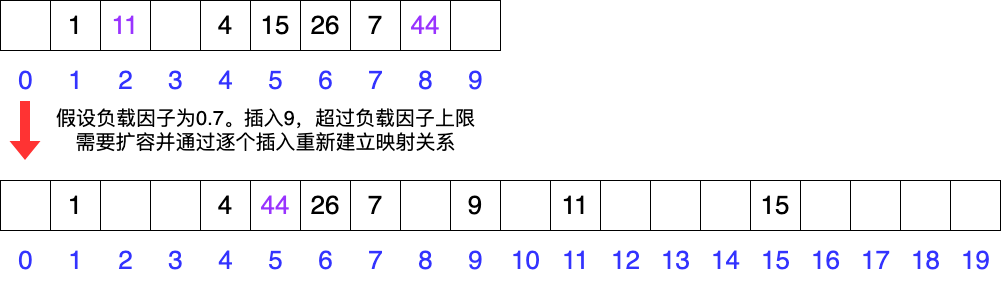
superwjfeng/MarkdownWriting keeps this draw.io diagram as CS/数据结构与算法/闭散列.drawio.png. Above is the earlier version. Source tidied: cells renumbered, new cells last; positions are measured from the earlier drawing's top-left corner, leaving out a move shared by most shapes.
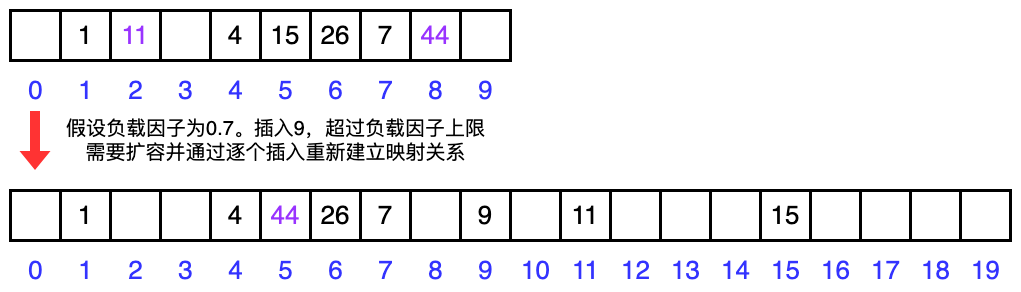
After the change.

Change to the diagram source:
```diff
@@ -2,10 +2,13 @@
   <root>
     <mxCell id="0" />
     <mxCell id="1" parent="0" />
+    <mxCell id="64" style="rounded=0;whiteSpace=wrap;html=1;strokeColor=none;" parent="1" vertex="1">
+      <mxGeometry x="-10" y="-10" width="1020" height="290" as="geometry" />
+    </mxCell>
-    <mxCell id="2" style="rounded=0;whiteSpace=wrap;html=1;" parent="1" vertex="1">
+    <mxCell id="2" style="rounded=0;whiteSpace=wrap;html=1;strokeWidth=3;" parent="1" vertex="1">
       <mxGeometry width="50" height="50" as="geometry" />
     </mxCell>
-    <mxCell id="3" value="&lt;font style=&quot;font-size: 26px;&quot;&gt;1&lt;/font&gt;" style="rounded=0;whiteSpace=wrap;html=1;" parent="1" vertex="1">
+    <mxCell id="3" value="&lt;font style=&quot;font-size: 26px;&quot;&gt;1&lt;/font&gt;" style="rounded=0;whiteSpace=wrap;html=1;strokeWidth=3;" parent="1" vertex="1">
       <mxGeometry x="50" width="50" height="50" as="geometry" />
     </mxCell>
     <mxCell id="4" value="&lt;font color=&quot;#3333ff&quot; style=&quot;font-size: 26px;&quot;&gt;1&lt;/font&gt;" style="text;html=1;align=center;verticalAlign=middle;strokeColor=none;fillColor=none;" parent="1" vertex="1">
@@ -14,10 +17,10 @@
     <mxCell id="5" value="&lt;font color=&quot;#3333ff&quot; style=&quot;font-size: 26px;&quot;&gt;0&lt;/font&gt;" style="text;html=1;align=center;verticalAlign=middle;strokeColor=none;fillColor=none;" parent="1" vertex="1">
       <mxGeometry x="5" y="60" width="40" height="40" as="geometry" />
     </mxCell>
-    <mxCell id="6" value="&lt;font color=&quot;#9933ff&quot; style=&quot;font-size: 26px;&quot;&gt;11&lt;/font&gt;" style="rounded=0;whiteSpace=wrap;html=1;" parent="1" vertex="1">
+    <mxCell id="6" value="&lt;font color=&quot;#9933ff&quot; style=&quot;font-size: 26px;&quot;&gt;11&lt;/font&gt;" style="rounded=0;whiteSpace=wrap;html=1;strokeWidth=3;" parent="1" vertex="1">
       <mxGeometry x="100" width="50" height="50" as="geometry" />
     </mxCell>
-    <mxCell id="7" style="rounded=0;whiteSpace=wrap;html=1;" parent="1" vertex="1">
+    <mxCell id="7" style="rounded=0;whiteSpace=wrap;html=1;strokeWidth=3;" parent="1" vertex="1">
       <mxGeometry x="150" width="50" height="50" as="geometry" />
     </mxCell>
     <mxCell id="8" value="&lt;font color=&quot;#3333ff&quot; style=&quot;font-size: 26px;&quot;&gt;3&lt;/font&gt;" style="text;html=1;align=center;verticalAlign=middle;strokeColor=none;fillColor=none;" parent="1" vertex="1">
@@ -26,10 +29,10 @@
     <mxCell id="9" value="&lt;font color=&quot;#3333ff&quot; style=&quot;font-size: 26px;&quot;&gt;2&lt;/font&gt;" style="text;html=1;align=center;verticalAlign=middle;strokeColor=none;fillColor=none;" parent="1" vertex="1">
       <mxGeometry x="105" y="60" width="40" height="40" as="geometry" />
     </mxCell>
-    <mxCell id="10" value="&lt;font style=&quot;font-size: 26px;&quot;&gt;4&lt;/font&gt;" style="rounded=0;whiteSpace=wrap;html=1;" parent="1" vertex="1">
+    <mxCell id="10" value="&lt;font style=&quot;font-size: 26px;&quot;&gt;4&lt;/font&gt;" style="rounded=0;whiteSpace=wrap;html=1;strokeWidth=3;" parent="1" vertex="1">
       <mxGeometry x="200" width="50" height="50" as="geometry" />
     </mxCell>
-    <mxCell id="11" value="&lt;font style=&quot;font-size: 26px;&quot;&gt;15&lt;/font&gt;" style="rounded=0;whiteSpace=wrap;html=1;" parent="1" vertex="1">
+    <mxCell id="11" value="&lt;font style=&quot;font-size: 26px;&quot;&gt;15&lt;/font&gt;" style="rounded=0;whiteSpace=wrap;html=1;strokeWidth=3;" parent="1" vertex="1">
       <mxGeometry x="250" width="50" height="50" as="geometry" />
     </mxCell>
     <mxCell id="12" value="&lt;font color=&quot;#3333ff&quot; style=&quot;font-size: 26px;&quot;&gt;5&lt;/font&gt;" style="text;html=1;align=center;verticalAlign=middle;strokeColor=none;fillColor=none;" parent="1" vertex="1">
@@ -38,10 +41,10 @@
     <mxCell id="13" value="&lt;font color=&quot;#3333ff&quot; style=&quot;font-size: 26px;&quot;&gt;4&lt;/font&gt;" style="text;html=1;align=center;verticalAlign=middle;strokeColor=none;fillColor=none;" parent="1" vertex="1">
       <mxGeometry x="205" y="60" width="40" height="40" as="geometry" />
     </mxCell>
-    <mxCell id="14" value="&lt;font style=&quot;font-size: 26px;&quot;&gt;26&lt;/font&gt;" style="rounded=0;whiteSpace=wrap;html=1;" parent="1" vertex="1">
+    <mxCell id="14" value="&lt;font style=&quot;font-size: 26px;&quot;&gt;26&lt;/font&gt;" style="rounded=0;whiteSpace=wrap;html=1;strokeWidth=3;" parent="1" vertex="1">
       <mxGeometry x="300" width="50" height="50" as="geometry" />
     </mxCell>
-    <mxCell id="15" value="&lt;font style=&quot;font-size: 26px;&quot;&gt;7&lt;/font&gt;" style="rounded=0;whiteSpace=wrap;html=1;" parent="1" vertex="1">
+    <mxCell id="15" value="&lt;font style=&quot;font-size: 26px;&quot;&gt;7&lt;/font&gt;" style="rounded=0;whiteSpace=wrap;html=1;strokeWidth=3;" parent="1" vertex="1">
       <mxGeometry x="350" width="50" height="50" as="geometry" />
     </mxCell>
     <mxCell id="16" value="&lt;font color=&quot;#3333ff&quot;&gt;&lt;span style=&quot;font-size: 26px;&quot;&gt;7&lt;/span&gt;&lt;/font&gt;" style="text;html=1;align=center;verticalAlign=middle;strokeColor=none;fillColor=none;" parent="1" vertex="1">
@@ -50,10 +53,10 @@
     <mxCell id="17" value="&lt;font color=&quot;#3333ff&quot; style=&quot;font-size: 26px;&quot;&gt;6&lt;/font&gt;" style="text;html=1;align=center;verticalAlign=middle;strokeColor=none;fillColor=none;" parent="1" vertex="1">
       <mxGeometry x="305" y="60" width="40" height="40" as="geometry" />
     </mxCell>
-    <mxCell id="18" value="&lt;font color=&quot;#9933ff&quot; style=&quot;font-size: 26px;&quot;&gt;44&lt;/font&gt;" style="rounded=0;whiteSpace=wrap;html=1;" parent="1" vertex="1">
+    <mxCell id="18" value="&lt;font color=&quot;#9933ff&quot; style=&quot;font-size: 26px;&quot;&gt;44&lt;/font&gt;" style="rounded=0;whiteSpace=wrap;html=1;strokeWidth=3;" parent="1" vertex="1">
       <mxGeometry x="400" width="50" height="50" as="geometry" />
     </mxCell>
-    <mxCell id="19" style="rounded=0;whiteSpace=wrap;html=1;" parent="1" vertex="1">
+    <mxCell id="19" style="rounded=0;whiteSpace=wrap;html=1;strokeWidth=3;" parent="1" vertex="1">
       <mxGeometry x="450" width="50" height="50" as="geometry" />
     </mxCell>
     <mxCell id="20" value="&lt;font color=&quot;#3333ff&quot;&gt;&lt;span style=&quot;font-size: 26px;&quot;&gt;9&lt;/span&gt;&lt;/font&gt;" style="text;html=1;align=center;verticalAlign=middle;strokeColor=none;fillColor=none;" parent="1" vertex="1">
@@ -62,10 +65,10 @@
     <mxCell id="21" value="&lt;font color=&quot;#3333ff&quot; style=&quot;font-size: 26px;&quot;&gt;8&lt;/font&gt;" style="text;html=1;align=center;verticalAlign=middle;strokeColor=none;fillColor=none;" parent="1" vertex="1">
       <mxGeometry x="405" y="60" width="40" height="40" as="geometry" />
     </mxCell>
-    <mxCell id="22" style="rounded=0;whiteSpace=wrap;html=1;" parent="1" vertex="1">
+    <mxCell id="22" style="rounded=0;whiteSpace=wrap;html=1;strokeWidth=3;" parent="1" vertex="1">
       <mxGeometry y="180" width="50" height="50" as="geometry" />
     </mxCell>
-    <mxCell id="23" value="&lt;font style=&quot;font-size: 26px;&quot;&gt;1&lt;/font&gt;" style="rounded=0;whiteSpace=wrap;html=1;" parent="1" vertex="1">
+    <mxCell id="23" value="&lt;font style=&quot;font-size: 26px;&quot;&gt;1&lt;/font&gt;" style="rounded=0;whiteSpace=wrap;html=1;strokeWidth=3;" parent="1" vertex="1">
       <mxGeometry x="50" y="180" width="50" height="50" as="geometry" />
     </mxCell>
     <mxCell id="24" value="&lt;font color=&quot;#3333ff&quot; style=&quot;font-size: 26px;&quot;&gt;1&lt;/font&gt;" style="text;html=1;align=center;verticalAlign=middle;strokeColor=none;fillColor=none;" parent="1" vertex="1">
@@ -74,10 +77,10 @@
     <mxCell id="25" value="&lt;font color=&quot;#3333ff&quot; style=&quot;font-size: 26px;&quot;&gt;0&lt;/font&gt;" style="text;html=1;align=center;verticalAlign=middle;strokeColor=none;fillColor=none;" parent="1" vertex="1">
       <mxGeometry x="5" y="240" width="40" height="40" as="geometry" />
     </mxCell>
-    <mxCell id="26" style="rounded=0;whiteSpace=wrap;html=1;" parent="1" vertex="1">
+    <mxCell id="26" style="rounded=0;whiteSpace=wrap;html=1;strokeWidth=3;" parent="1" vertex="1">
       <mxGeometry x="100" y="180" width="50" height="50" as="geometry" />
     </mxCell>
-    <mxCell id="27" style="rounded=0;whiteSpace=wrap;html=1;" parent="1" vertex="1">
+    <mxCell id="27" style="rounded=0;whiteSpace=wrap;html=1;strokeWidth=3;" parent="1" vertex="1">
       <mxGeometry x="150" y="180" width="50" height="50" as="geometry" />
     </mxCell>
     <mxCell id="28" value="&lt;font color=&quot;#3333ff&quot; style=&quot;font-size: 26px;&quot;&gt;3&lt;/font&gt;" style="text;html=1;align=center;verticalAlign=middle;strokeColor=none;fillColor=none;" parent="1" vertex="1">
@@ -86,10 +89,10 @@
     <mxCell id="29" value="&lt;font color=&quot;#3333ff&quot; style=&quot;font-size: 26px;&quot;&gt;2&lt;/font&gt;" style="text;html=1;align=center;verticalAlign=middle;strokeColor=none;fillColor=none;" parent="1" vertex="1">
       <mxGeometry x="105" y="240" width="40" height="40" as="geometry" />
     </mxCell>
-    <mxCell id="30" value="&lt;font style=&quot;font-size: 26px;&quot;&gt;4&lt;/font&gt;" style="rounded=0;whiteSpace=wrap;html=1;" parent="1" vertex="1">
+    <mxCell id="30" value="&lt;font style=&quot;font-size: 26px;&quot;&gt;4&lt;/font&gt;" style="rounded=0;whiteSpace=wrap;html=1;strokeWidth=3;" parent="1" vertex="1">
       <mxGeometry x="200" y="180" width="50" height="50" as="geometry" />
     </mxCell>
-    <mxCell id="31" value="&lt;span style=&quot;font-size: 26px;&quot;&gt;&lt;font color=&quot;#9933ff&quot;&gt;44&lt;/font&gt;&lt;/span&gt;" style="rounded=0;whiteSpace=wrap;html=1;" parent="1" vertex="1">
+    <mxCell id="31" value="&lt;span style=&quot;font-size: 26px;&quot;&gt;&lt;font color=&quot;#9933ff&quot;&gt;44&lt;/font&gt;&lt;/span&gt;" style="rounded=0;whiteSpace=wrap;html=1;strokeWidth=3;" parent="1" vertex="1">
       <mxGeometry x="250" y="180" width="50" height="50" as="geometry" />
     </mxCell>
     <mxCell id="32" value="&lt;font color=&quot;#3333ff&quot; style=&quot;font-size: 26px;&quot;&gt;5&lt;/font&gt;" style="text;html=1;align=center;verticalAlign=middle;strokeColor=none;fillColor=none;" parent="1" vertex="1">
@@ -98,10 +101,10 @@
     <mxCell id="33" value="&lt;font color=&quot;#3333ff&quot; style=&quot;font-size: 26px;&quot;&gt;4&lt;/font&gt;" style="text;html=1;align=center;verticalAlign=middle;strokeColor=none;fillColor=none;" parent="1" vertex="1">
       <mxGeometry x="205" y="240" width="40" height="40" as="geometry" />
     </mxCell>
-    <mxCell id="34" value="&lt;font style=&quot;font-size: 26px;&quot;&gt;26&lt;/font&gt;" style="rounded=0;whiteSpace=wrap;html=1;" parent="1" vertex="1">
+    <mxCell id="34" value="&lt;font style=&quot;font-size: 26px;&quot;&gt;26&lt;/font&gt;" style="rounded=0;whiteSpace=wrap;html=1;strokeWidth=3;" parent="1" vertex="1">
       <mxGeometry x="300" y="180" width="50" height="50" as="geometry" />
     </mxCell>
-    <mxCell id="35" value="&lt;font style=&quot;font-size: 26px;&quot;&gt;7&lt;/font&gt;" style="rounded=0;whiteSpace=wrap;html=1;" parent="1" vertex="1">
+    <mxCell id="35" value="&lt;font style=&quot;font-size: 26px;&quot;&gt;7&lt;/font&gt;" style="rounded=0;whiteSpace=wrap;html=1;strokeWidth=3;" parent="1" vertex="1">
       <mxGeometry x="350" y="180" width="50" height="50" as="geometry" />
     </mxCell>
     <mxCell id="36" value="&lt;font color=&quot;#3333ff&quot;&gt;&lt;span style=&quot;font-size: 26px;&quot;&gt;7&lt;/span&gt;&lt;/font&gt;" style="text;html=1;align=center;verticalAlign=middle;strokeColor=none;fillColor=none;" parent="1" vertex="1">
@@ -110,10 +113,10 @@
     <mxCell id="37" value="&lt;font color=&quot;#3333ff&quot; style=&quot;font-size: 26px;&quot;&gt;6&lt;/font&gt;" style="text;html=1;align=center;verticalAlign=middle;strokeColor=none;fillColor=none;" parent="1" vertex="1">
       <mxGeometry x="305" y="240" width="40" height="40" as="geometry" />
     </mxCell>
-    <mxCell id="38" style="rounded=0;whiteSpace=wrap;html=1;" parent="1" vertex="1">
+    <mxCell id="38" style="rounded=0;whiteSpace=wrap;html=1;strokeWidth=3;" parent="1" vertex="1">
       <mxGeometry x="400" y="180" width="50" height="50" as="geometry" />
     </mxCell>
-    <mxCell id="39" value="&lt;font style=&quot;font-size: 26px;&quot;&gt;9&lt;/font&gt;" style="rounded=0;whiteSpace=wrap;html=1;" parent="1" vertex="1">
+    <mxCell id="39" value="&lt;font style=&quot;font-size: 26px;&quot;&gt;9&lt;/font&gt;" style="rounded=0;whiteSpace=wrap;html=1;strokeWidth=3;" parent="1" vertex="1">
       <mxGeometry x="450" y="180" width="50" height="50" as="geometry" />
     </mxCell>
     <mxCell id="40" value="&lt;font color=&quot;#3333ff&quot;&gt;&lt;span style=&quot;font-size: 26px;&quot;&gt;9&lt;/span&gt;&lt;/font&gt;" style="text;html=1;align=center;verticalAlign=middle;strokeColor=none;fillColor=none;" parent="1" vertex="1">
@@ -131,10 +134,10 @@
     <mxCell id="43" value="&lt;font style=&quot;font-size: 20px;&quot;&gt;假设负载因子为0.7。插入9，超过负载因子上限&lt;br&gt;需要扩容并通过逐个插入重新建立映射关系&lt;/font&gt;" style="text;html=1;align=center;verticalAlign=middle;strokeColor=none;fillColor=none;" parent="1" vertex="1">
       <mxGeometry x="45" y="100" width="440" height="60" as="geometry" />
     </mxCell>
-    <mxCell id="44" style="rounded=0;whiteSpace=wrap;html=1;" parent="1" vertex="1">
+    <mxCell id="44" style="rounded=0;whiteSpace=wrap;html=1;strokeWidth=3;" parent="1" vertex="1">
       <mxGeometry x="500" y="180" width="50" height="50" as="geometry" />
     </mxCell>
-    <mxCell id="45" value="&lt;font style=&quot;font-size: 26px;&quot;&gt;11&lt;/font&gt;" style="rounded=0;whiteSpace=wrap;html=1;" parent="1" vertex="1">
+    <mxCell id="45" value="&lt;font style=&quot;font-size: 26px;&quot;&gt;11&lt;/font&gt;" style="rounded=0;whiteSpace=wrap;html=1;strokeWidth=3;" parent="1" vertex="1">
       <mxGeometry x="550" y="180" width="50" height="50" as="geometry" />
     </mxCell>
     <mxCell id="46" value="&lt;font color=&quot;#3333ff&quot; style=&quot;font-size: 26px;&quot;&gt;11&lt;/font&gt;" style="text;html=1;align=center;verticalAlign=middle;strokeColor=none;fillColor=none;" parent="1" vertex="1">
@@ -143,10 +146,10 @@
     <mxCell id="47" value="&lt;font color=&quot;#3333ff&quot; style=&quot;font-size: 26px;&quot;&gt;10&lt;/font&gt;" style="text;html=1;align=center;verticalAlign=middle;strokeColor=none;fillColor=none;" parent="1" vertex="1">
       <mxGeometry x="500" y="240" width="50" height="40" as="geometry" />
     </mxCell>
-    <mxCell id="48" style="rounded=0;whiteSpace=wrap;html=1;" parent="1" vertex="1">
+    <mxCell id="48" style="rounded=0;whiteSpace=wrap;html=1;strokeWidth=3;" parent="1" vertex="1">
       <mxGeometry x="600" y="180" width="50" height="50" as="geometry" />
     </mxCell>
-    <mxCell id="49" style="rounded=0;whiteSpace=wrap;html=1;" parent="1" vertex="1">
+    <mxCell id="49" style="rounded=0;whiteSpace=wrap;html=1;strokeWidth=3;" parent="1" vertex="1">
       <mxGeometry x="650" y="180" width="50" height="50" as="geometry" />
     </mxCell>
     <mxCell id="50" value="&lt;font color=&quot;#3333ff&quot; style=&quot;font-size: 26px;&quot;&gt;13&lt;/font&gt;" style="text;html=1;align=center;verticalAlign=middle;strokeColor=none;fillColor=none;" parent="1" vertex="1">
@@ -155,10 +158,10 @@
     <mxCell id="51" value="&lt;font color=&quot;#3333ff&quot; style=&quot;font-size: 26px;&quot;&gt;12&lt;/font&gt;" style="text;html=1;align=center;verticalAlign=middle;strokeColor=none;fillColor=none;" parent="1" vertex="1">
       <mxGeometry x="600" y="240" width="50" height="40" as="geometry" />
     </mxCell>
-    <mxCell id="52" style="rounded=0;whiteSpace=wrap;html=1;" parent="1" vertex="1">
+    <mxCell id="52" style="rounded=0;whiteSpace=wrap;html=1;strokeWidth=3;" parent="1" vertex="1">
       <mxGeometry x="700" y="180" width="50" height="50" as="geometry" />
     </mxCell>
-    <mxCell id="53" value="&lt;font style=&quot;font-size: 26px;&quot;&gt;15&lt;/font&gt;" style="rounded=0;whiteSpace=wrap;html=1;" parent="1" vertex="1">
+    <mxCell id="53" value="&lt;font style=&quot;font-size: 26px;&quot;&gt;15&lt;/font&gt;" style="rounded=0;whiteSpace=wrap;html=1;strokeWidth=3;" parent="1" vertex="1">
       <mxGeometry x="750" y="180" width="50" height="50" as="geometry" />
     </mxCell>
     <mxCell id="54" value="&lt;font color=&quot;#3333ff&quot; style=&quot;font-size: 26px;&quot;&gt;15&lt;/font&gt;" style="text;html=1;align=center;verticalAlign=middle;strokeColor=none;fillColor=none;" parent="1" vertex="1">
@@ -167,10 +170,10 @@
     <mxCell id="55" value="&lt;font color=&quot;#3333ff&quot; style=&quot;font-size: 26px;&quot;&gt;14&lt;/font&gt;" style="text;html=1;align=center;verticalAlign=middle;strokeColor=none;fillColor=none;" parent="1" vertex="1">
       <mxGeometry x="700" y="240" width="50" height="40" as="geometry" />
     </mxCell>
-    <mxCell id="56" style="rounded=0;whiteSpace=wrap;html=1;" parent="1" vertex="1">
+    <mxCell id="56" style="rounded=0;whiteSpace=wrap;html=1;strokeWidth=3;" parent="1" vertex="1">
       <mxGeometry x="800" y="180" width="50" height="50" as="geometry" />
     </mxCell>
-    <mxCell id="57" style="rounded=0;whiteSpace=wrap;html=1;" parent="1" vertex="1">
+    <mxCell id="57" style="rounded=0;whiteSpace=wrap;html=1;strokeWidth=3;" parent="1" vertex="1">
       <mxGeometry x="850" y="180" width="50" height="50" as="geometry" />
     </mxCell>
     <mxCell id="58" value="&lt;font color=&quot;#3333ff&quot;&gt;&lt;span style=&quot;font-size: 26px;&quot;&gt;17&lt;/span&gt;&lt;/font&gt;" style="text;html=1;align=center;verticalAlign=middle;strokeColor=none;fillColor=none;" parent="1" vertex="1">
@@ -179,10 +182,10 @@
     <mxCell id="59" value="&lt;font color=&quot;#3333ff&quot; style=&quot;font-size: 26px;&quot;&gt;16&lt;/font&gt;" style="text;html=1;align=center;verticalAlign=middle;strokeColor=none;fillColor=none;" parent="1" vertex="1">
       <mxGeometry x="800" y="240" width="50" height="40" as="geometry" />
     </mxCell>
-    <mxCell id="60" style="rounded=0;whiteSpace=wrap;html=1;" parent="1" vertex="1">
+    <mxCell id="60" style="rounded=0;whiteSpace=wrap;html=1;strokeWidth=3;" parent="1" vertex="1">
       <mxGeometry x="900" y="180" width="50" height="50" as="geometry" />
     </mxCell>
-    <mxCell id="61" style="rounded=0;whiteSpace=wrap;html=1;" parent="1" vertex="1">
+    <mxCell id="61" style="rounded=0;whiteSpace=wrap;html=1;strokeWidth=3;" parent="1" vertex="1">
       <mxGeometry x="950" y="180" width="50" height="50" as="geometry" />
     </mxCell>
     <mxCell id="62" value="&lt;font color=&quot;#3333ff&quot;&gt;&lt;span style=&quot;font-size: 26px;&quot;&gt;19&lt;/span&gt;&lt;/font&gt;" style="text;html=1;align=center;verticalAlign=middle;strokeColor=none;fillColor=none;" parent="1" vertex="1">
```
